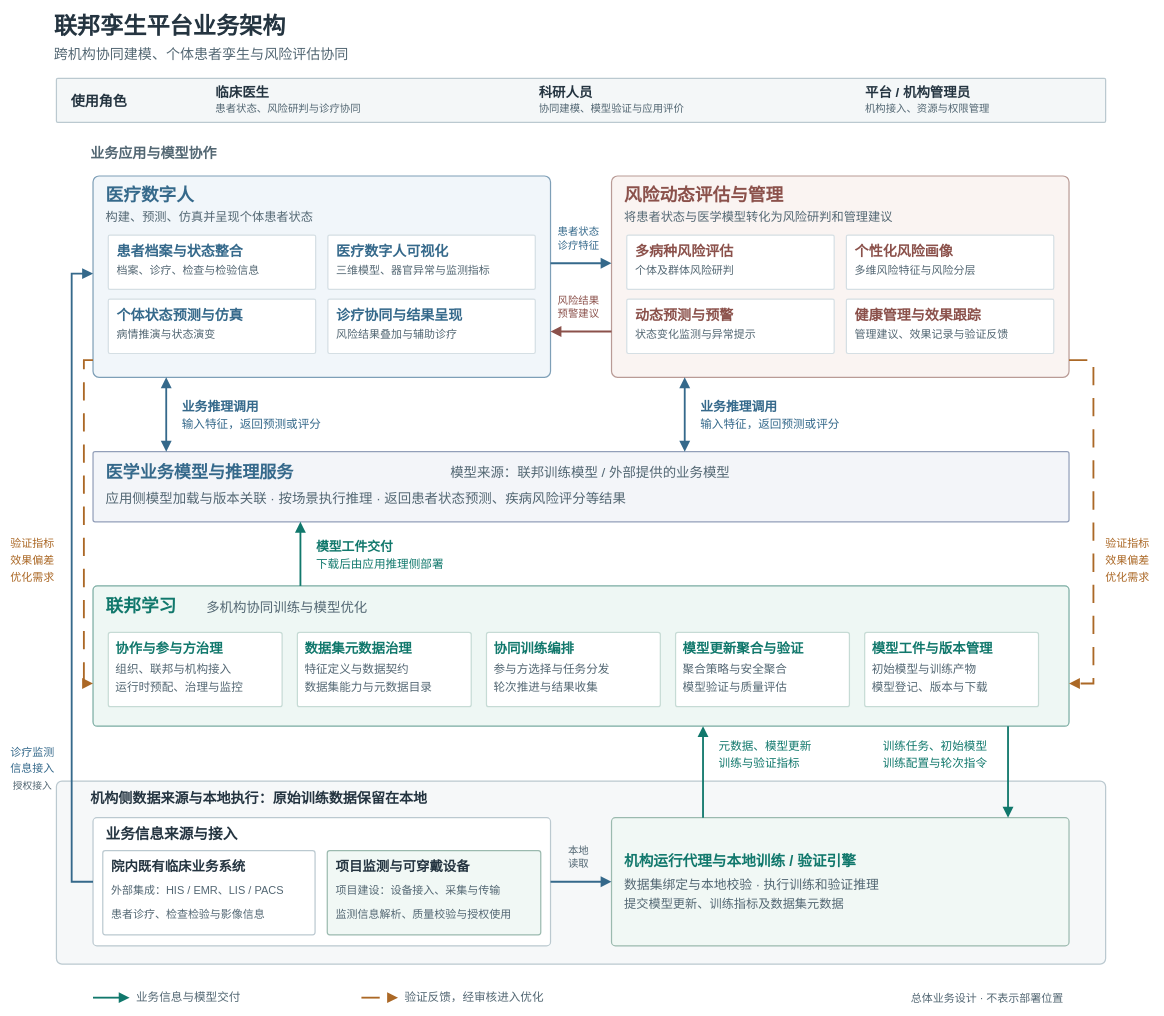
medol-labs/federation-learning keeps this draw.io diagram as docs/438c/merge/figures/federated-twin-business-architecture.drawio. Above is the earlier version. Source tidied: cells renumbered, new cells numbered last; positions are measured from the earlier drawing's top-left corner, leaving out a move shared by most shapes. Both pictures are drawn from the tidied source at 61%, with x=0, y=0 at pixel (54, 10).
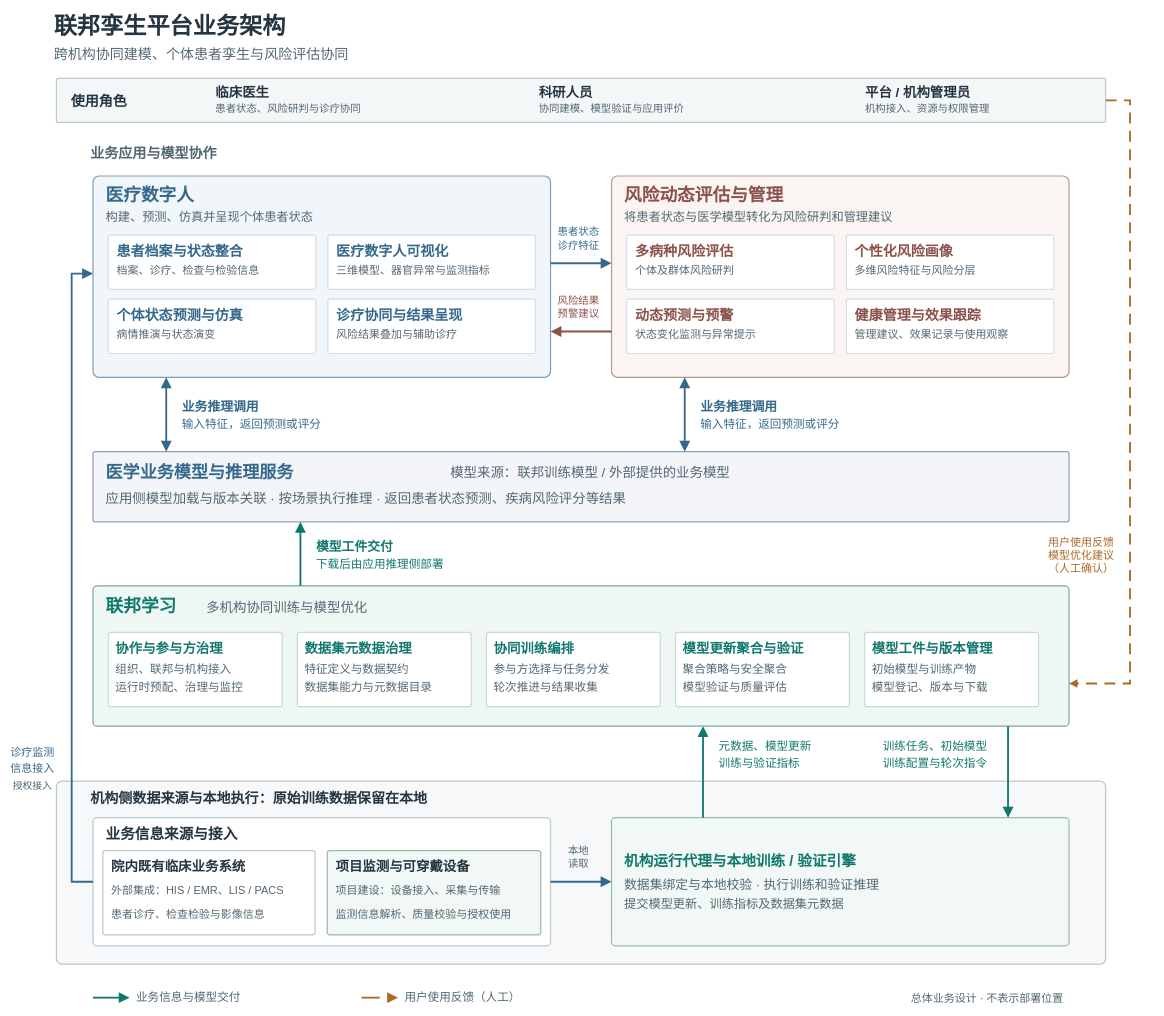
The same diagram, later.

The change refers to these unchanged cells:
```xml
<mxCell id="4" style="rounded=1;arcSize=3;whiteSpace=wrap;html=0;fillColor=#F4F7F8;strokeColor=#BBC9D0;strokeWidth=2;fontFamily=PingFang SC;fontColor=#243440;" parent="1" vertex="1">
  <mxGeometry x="4" y="111" width="1720" height="72" as="geometry" />
</mxCell>
<mxCell id="13" style="rounded=1;arcSize=3;whiteSpace=wrap;html=0;fillColor=#F1F6FA;strokeColor=#7E9FB7;strokeWidth=2;fontFamily=PingFang SC;fontColor=#243440;" parent="1" vertex="1">
  <mxGeometry x="64" y="271" width="750" height="330" as="geometry" />
</mxCell>
<mxCell id="28" style="rounded=1;arcSize=3;whiteSpace=wrap;html=0;fillColor=#FAF4F2;strokeColor=#B99B96;strokeWidth=2;fontFamily=PingFang SC;fontColor=#243440;" parent="1" vertex="1">
  <mxGeometry x="914" y="271" width="750" height="330" as="geometry" />
</mxCell>
<mxCell id="40" style="rounded=1;arcSize=3;whiteSpace=wrap;html=0;fillColor=#ffffff;strokeColor=#D5DFE4;strokeWidth=2;fontFamily=PingFang SC;fontColor=#243440;" parent="28" vertex="1">
  <mxGeometry x="385" y="202" width="340" height="89" as="geometry" />
</mxCell>
<mxCell id="53" style="rounded=1;arcSize=3;whiteSpace=wrap;html=0;fillColor=#EEF7F4;strokeColor=#7AACA2;strokeWidth=2;fontFamily=PingFang SC;fontColor=#243440;" parent="1" vertex="1">
  <mxGeometry x="64" y="943" width="1600" height="230" as="geometry" />
</mxCell>
```

The edit, as a diff of the source:
```diff
@@
-    <mxCell id="42" value="管理建议、效果记录与验证反馈" style="text;html=0;whiteSpace=wrap;overflow=visible;align=left;verticalAlign=middle;fontFamily=PingFang SC;fontSize=18;fontColor=#536773;fontStyle=0;strokeColor=none;fillColor=none;spacing=0;" parent="40" vertex="1">
+    <mxCell id="42" value="管理建议、效果记录与使用观察" style="text;html=0;whiteSpace=wrap;overflow=visible;align=left;verticalAlign=middle;fontFamily=PingFang SC;fontSize=18;fontColor=#536773;fontStyle=0;strokeColor=none;fillColor=none;spacing=0;" parent="40" vertex="1">
       <mxGeometry x="14" y="45.5" width="260" height="24.3" as="geometry" />
     </mxCell>
@@
-    <mxCell id="85" style="edgeStyle=orthogonalEdgeStyle;rounded=0;html=0;strokeColor=#AB6826;strokeWidth=3;endArrow=block;endFill=1;endSize=10;startSize=10;jettySize=auto;dashed=1;dashPattern=10 7;exitX=0.000000;exitY=0.915152;exitPerimeter=0;entryX=0.000000;entryY=0.695652;entryPerimeter=0;" parent="1" edge="1" source="13" target="53">
-      <mxGeometry relative="1" as="geometry">
-        <Array as="points">
-          <mxPoint x="49" y="573" />
-          <mxPoint x="49" y="1103" />
-        </Array>
-      </mxGeometry>
-    </mxCell>
-    <mxCell id="86" style="edgeStyle=orthogonalEdgeStyle;rounded=0;html=0;strokeColor=#AB6826;strokeWidth=3;endArrow=block;endFill=1;endSize=10;startSize=10;jettySize=auto;dashed=1;dashPattern=10 7;exitX=1.000000;exitY=0.915152;exitPerimeter=0;entryX=1.000000;entryY=0.695652;entryPerimeter=0;" parent="1" edge="1" source="28" target="53">
-      <mxGeometry relative="1" as="geometry">
-        <Array as="points">
-          <mxPoint x="1704" y="573" />
-          <mxPoint x="1704" y="1103" />
-        </Array>
-      </mxGeometry>
-    </mxCell>
-    <mxCell id="87" value="验证指标" style="text;html=0;whiteSpace=wrap;overflow=visible;align=left;verticalAlign=middle;fontFamily=PingFang SC;fontSize=18;fontColor=#AB6826;fontStyle=0;strokeColor=none;fillColor=none;spacing=0;" parent="85" vertex="1">
-      <mxGeometry width="80" height="24.3" relative="1" as="geometry">
-        <mxPoint x="-120" y="23.5" as="offset" />
-      </mxGeometry>
-    </mxCell>
-    <mxCell id="88" value="效果偏差" style="text;html=0;whiteSpace=wrap;overflow=visible;align=left;verticalAlign=middle;fontFamily=PingFang SC;fontSize=18;fontColor=#AB6826;fontStyle=0;strokeColor=none;fillColor=none;spacing=0;" parent="85" vertex="1">
-      <mxGeometry width="80" height="24.3" relative="1" as="geometry">
-        <mxPoint x="-120" y="51.5" as="offset" />
-      </mxGeometry>
-    </mxCell>
-    <mxCell id="89" value="优化需求" style="text;html=0;whiteSpace=wrap;overflow=visible;align=left;verticalAlign=middle;fontFamily=PingFang SC;fontSize=18;fontColor=#AB6826;fontStyle=0;strokeColor=none;fillColor=none;spacing=0;" parent="85" vertex="1">
-      <mxGeometry width="80" height="24.3" relative="1" as="geometry">
-        <mxPoint x="-120" y="79.5" as="offset" />
-      </mxGeometry>
-    </mxCell>
-    <mxCell id="90" value="验证指标" style="text;html=0;whiteSpace=wrap;overflow=visible;align=left;verticalAlign=middle;fontFamily=PingFang SC;fontSize=18;fontColor=#AB6826;fontStyle=0;strokeColor=none;fillColor=none;spacing=0;" parent="86" vertex="1">
-      <mxGeometry width="80" height="24.3" relative="1" as="geometry">
-        <mxPoint x="20" y="23.5" as="offset" />
-      </mxGeometry>
-    </mxCell>
-    <mxCell id="91" value="效果偏差" style="text;html=0;whiteSpace=wrap;overflow=visible;align=left;verticalAlign=middle;fontFamily=PingFang SC;fontSize=18;fontColor=#AB6826;fontStyle=0;strokeColor=none;fillColor=none;spacing=0;" parent="86" vertex="1">
-      <mxGeometry width="80" height="24.3" relative="1" as="geometry">
-        <mxPoint x="20" y="51.5" as="offset" />
-      </mxGeometry>
-    </mxCell>
-    <mxCell id="92" value="优化需求" style="text;html=0;whiteSpace=wrap;overflow=visible;align=left;verticalAlign=middle;fontFamily=PingFang SC;fontSize=18;fontColor=#AB6826;fontStyle=0;strokeColor=none;fillColor=none;spacing=0;" parent="86" vertex="1">
-      <mxGeometry width="80" height="24.3" relative="1" as="geometry">
-        <mxPoint x="20" y="79.5" as="offset" />
-      </mxGeometry>
-    </mxCell>
@@
-    <mxCell id="125" value="验证反馈，经审核进入优化" style="text;html=0;whiteSpace=wrap;overflow=visible;align=left;verticalAlign=middle;fontFamily=PingFang SC;fontSize=19;fontColor=#536773;fontStyle=0;strokeColor=none;fillColor=none;spacing=0;" parent="1" vertex="1">
+    <mxCell id="125" value="用户使用反馈（人工）" style="text;html=0;whiteSpace=wrap;overflow=visible;align=left;verticalAlign=middle;fontFamily=PingFang SC;fontSize=19;fontColor=#536773;fontStyle=0;strokeColor=none;fillColor=none;spacing=0;" parent="1" vertex="1">
       <mxGeometry x="575" y="1605.4" width="236" height="25.6" as="geometry" />
     </mxCell>
@@
+    <mxCell id="127" style="edgeStyle=orthogonalEdgeStyle;rounded=0;html=0;strokeColor=#AB6826;strokeWidth=3;endArrow=block;endFill=1;exitX=1;exitY=0.5;exitPerimeter=0;entryX=1;entryY=0.695652;entryPerimeter=0;dashed=1;dashPattern=6 4;" parent="1" edge="1" source="4" target="53">
+      <mxGeometry relative="1" as="geometry">
+        <Array as="points">
+          <mxPoint x="1764" y="147" />
+          <mxPoint x="1764" y="1103" />
+        </Array>
+      </mxGeometry>
+    </mxCell>
+    <mxCell id="128" value="用户使用反馈&#10;模型优化建议&#10;（人工确认）" style="text;html=0;whiteSpace=wrap;overflow=hidden;align=center;verticalAlign=middle;fontFamily=PingFang SC;fontSize=18;fontColor=#AB6826;strokeColor=none;fillColor=#ffffff;spacing=0;" parent="127" vertex="1">
+      <mxGeometry width="130" height="82" relative="1" as="geometry">
+        <mxPoint x="-145" y="198" as="offset" />
+      </mxGeometry>
+    </mxCell>
```
